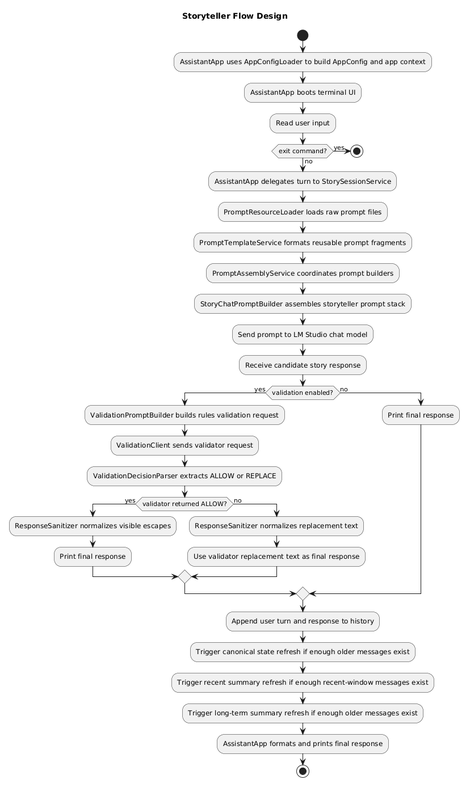
Above: docs/architecture/02-storyteller-flow-design.png in jbrugman/Assistant (PlantUML), before the change. Its diagram source:
```plantuml
@startuml
title Storyteller Flow Design

start

:AssistantApp uses AppConfigLoader to build AppConfig and app context;

:AssistantApp boots terminal UI;

:Read user input;

if (exit command?) then (yes)

  stop

else (no)

  :AssistantApp delegates turn to StorySessionService;

  :PromptResourceLoader loads raw prompt files;

  :PromptTemplateService formats reusable prompt fragments;

  :PromptAssemblyService coordinates prompt builders;

  :StoryChatPromptBuilder assembles storyteller prompt stack;

  :Send prompt to LM Studio chat model;

  :Receive candidate story response;

  if (validation enabled?) then (yes)

    :ValidationPromptBuilder builds rules validation request;

    :ValidationClient sends validator request;

    :ValidationDecisionParser extracts ALLOW or REPLACE;

    if (validator returned ALLOW?) then (yes)

      :ResponseSanitizer normalizes visible escapes;

      :Print final response;

    else (no)

      :ResponseSanitizer normalizes replacement text;

      :Use validator replacement text as final response;

    endif

  else (no)

    :Print final response;

  endif

  :Append user turn and response to history;

  :Trigger canonical state refresh if enough older messages exist;

  :Trigger recent summary refresh if enough recent-window messages exist;

  :Trigger long-term summary refresh if enough older messages exist;

  :AssistantApp formats and prints final response;

endif

stop
@enduml
```
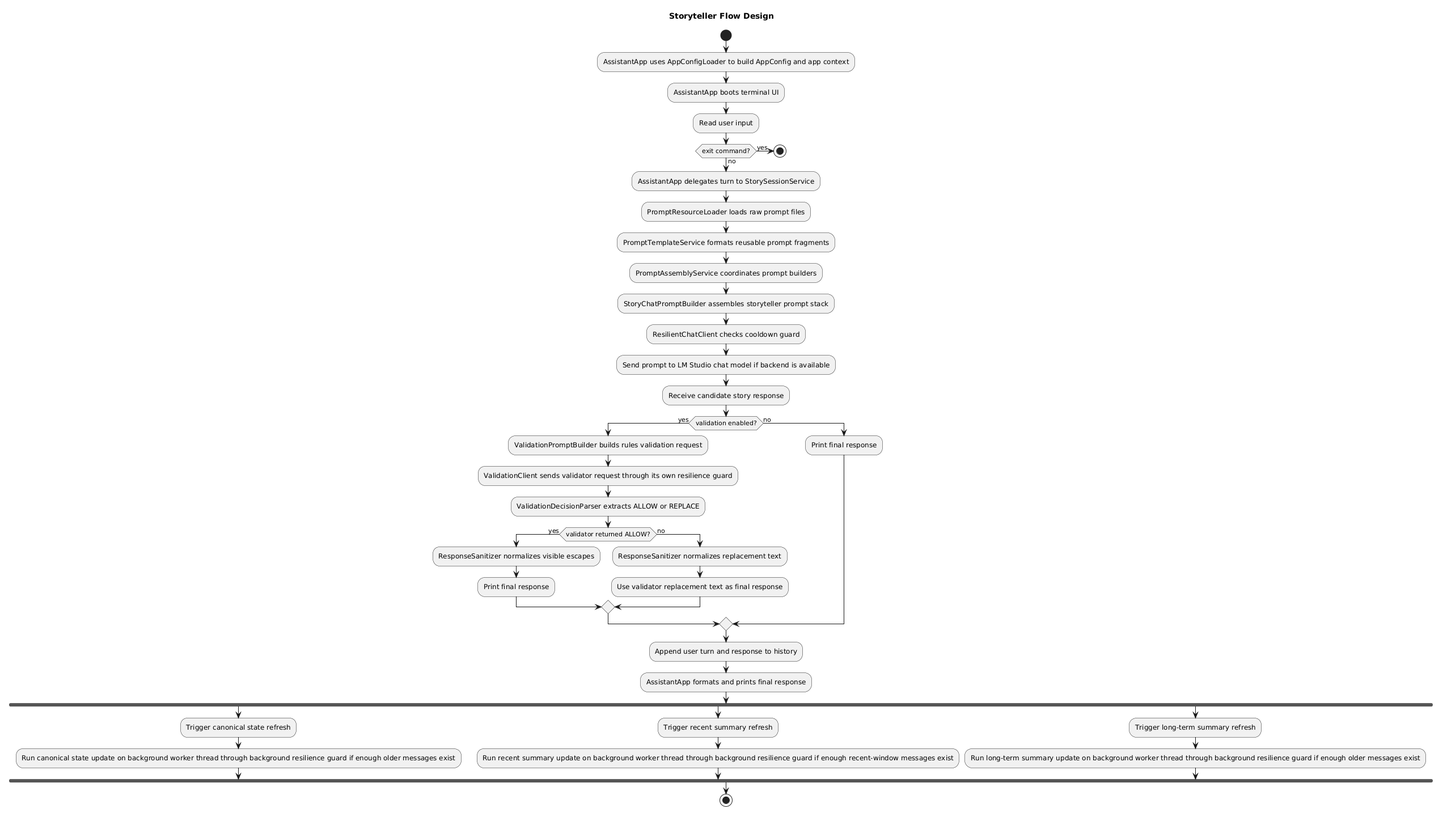
Later version of the same file.

Change to the diagram source:
```diff
@@ -25,7 +25,9 @@
 
   :StoryChatPromptBuilder assembles storyteller prompt stack;
 
-  :Send prompt to LM Studio chat model;
+  :ResilientChatClient checks cooldown guard;
+
+  :Send prompt to LM Studio chat model if backend is available;
 
   :Receive candidate story response;
 
@@ -33,7 +35,7 @@
 
     :ValidationPromptBuilder builds rules validation request;
 
-    :ValidationClient sends validator request;
+    :ValidationClient sends validator request through its own resilience guard;
 
     :ValidationDecisionParser extracts ALLOW or REPLACE;
 
@@ -59,13 +61,18 @@
 
   :Append user turn and response to history;
 
-  :Trigger canonical state refresh if enough older messages exist;
+  :AssistantApp formats and prints final response;
 
-  :Trigger recent summary refresh if enough recent-window messages exist;
-
-  :Trigger long-term summary refresh if enough older messages exist;
-
-  :AssistantApp formats and prints final response;
+  fork
+    :Trigger canonical state refresh;
+    :Run canonical state update on background worker thread through background resilience guard if enough older messages exist;
+  fork again
+    :Trigger recent summary refresh;
+    :Run recent summary update on background worker thread through background resilience guard if enough recent-window messages exist;
+  fork again
+    :Trigger long-term summary refresh;
+    :Run long-term summary update on background worker thread through background resilience guard if enough older messages exist;
+  end fork
 
 endif
 
```
